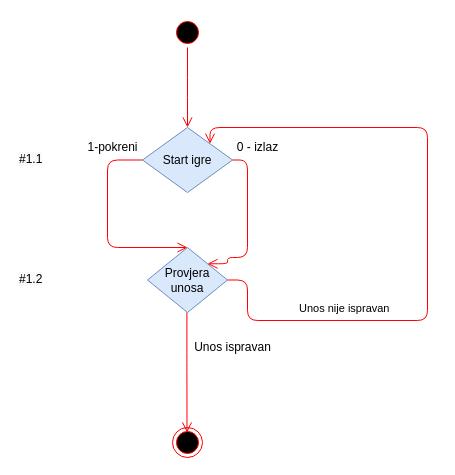
Before: page "Activity: Start igre" (3 of 6) of dijagram.drawio in andjelapehar/Covjece-ne-ljuti-se, a draw.io diagram. Source tidied: cells renumbered, new cells numbered last; positions are measured from the earlier drawing's top-left corner, leaving out a move shared by most shapes. Both pictures are drawn from the tidied source at 100%, with x=0, y=0 at pixel (17, 17).
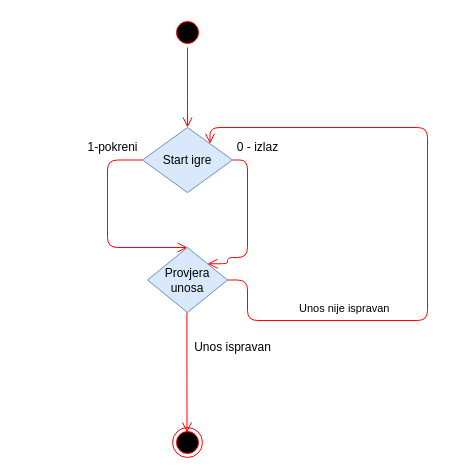
The same page after the edit.

Change to the diagram source:
```diff
@@
-    <mxCell id="6" value="&lt;span style=&quot;color: rgb(0 , 0 , 0) ; font-family: &amp;#34;helvetica&amp;#34; ; font-size: 12px ; font-style: normal ; font-weight: 400 ; letter-spacing: normal ; text-align: center ; text-indent: 0px ; text-transform: none ; word-spacing: 0px ; background-color: rgb(248 , 249 , 250) ; display: inline ; float: none&quot;&gt;#1.1&lt;/span&gt;" style="text;whiteSpace=wrap;html=1;" parent="1" vertex="1">
-      <mxGeometry y="127.5" width="40" height="30" as="geometry" />
-    </mxCell>
@@
-    <mxCell id="16" value="&lt;span style=&quot;color: rgb(0 , 0 , 0) ; font-family: &amp;#34;helvetica&amp;#34; ; font-size: 12px ; font-style: normal ; font-weight: 400 ; letter-spacing: normal ; text-align: center ; text-indent: 0px ; text-transform: none ; word-spacing: 0px ; background-color: rgb(248 , 249 , 250) ; display: inline ; float: none&quot;&gt;#1.2&lt;/span&gt;" style="text;whiteSpace=wrap;html=1;" parent="1" vertex="1">
-      <mxGeometry y="247.5" width="40" height="30" as="geometry" />
-    </mxCell>
```
